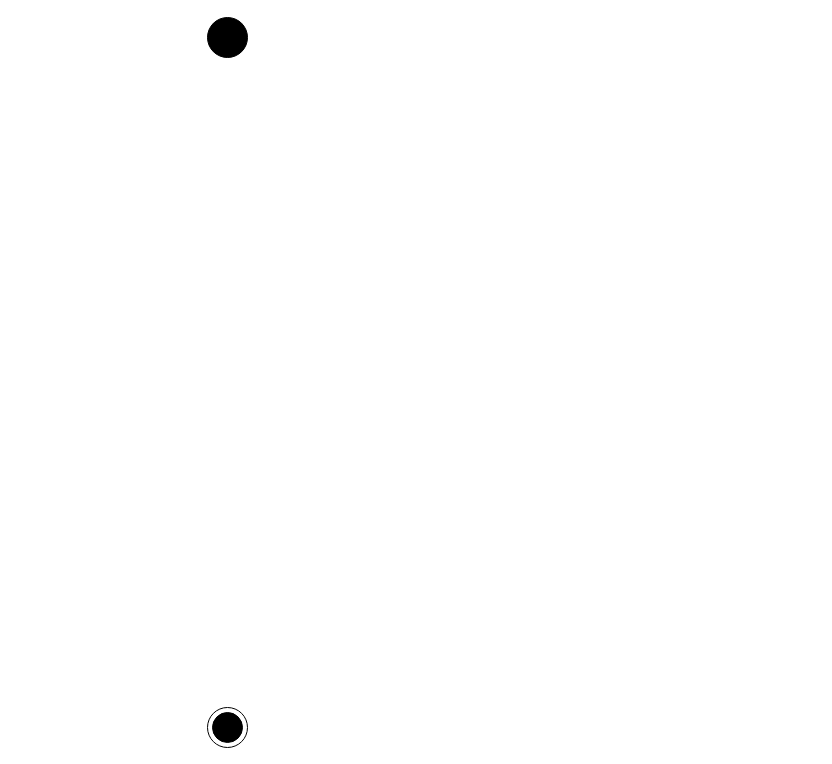
Earlier version of the draw.io diagram Sial.drawio (Luchit0-afk/Diagramas). Source tidied: cells renumbered, new cells numbered last; positions are measured from the earlier drawing's top-left corner, leaving out a move shared by most shapes. Both pictures are drawn from the tidied source at 100%, with x=0, y=0 at pixel (207, 17).
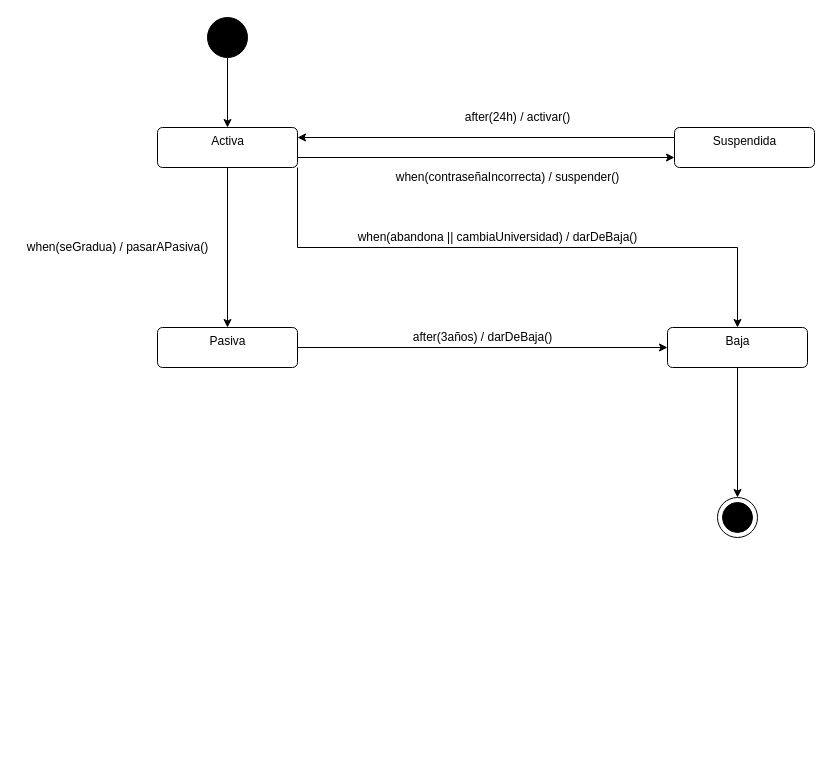
Above is the later version.

Diff of the diagram source:
```diff
@@
 <mxGraphModel>
   <root>
     <mxCell id="0" />
     <mxCell id="1" parent="0" />
+    <mxCell id="4" style="edgeStyle=orthogonalEdgeStyle;rounded=0;jettySize=auto;html=1;exitX=0.5;exitY=1;exitDx=0;exitDy=0;entryX=0.5;entryY=0;entryDx=0;entryDy=0;" parent="1" edge="1" source="2" target="8">
+      <mxGeometry relative="1" as="geometry" />
+    </mxCell>
     <mxCell id="2" style="shape=ellipse;html=1;fillColor=#000000;fontSize=18;fontColor=#ffffff;" parent="1" vertex="1">
       <mxGeometry width="40" height="40" as="geometry" />
     </mxCell>
     <mxCell id="3" style="shape=mxgraph.sysml.actFinal;html=1;verticalLabelPosition=bottom;labelBackgroundColor=#ffffff;verticalAlign=top;" parent="1" vertex="1">
-      <mxGeometry y="690" width="40" height="40" as="geometry" />
+      <mxGeometry x="510" y="480" width="40" height="40" as="geometry" />
     </mxCell>
+    <mxCell id="5" style="edgeStyle=orthogonalEdgeStyle;rounded=0;jettySize=auto;html=1;exitX=1;exitY=0.75;exitDx=0;exitDy=0;entryX=0;entryY=0.75;entryDx=0;entryDy=0;" parent="1" edge="1" source="8" target="10">
+      <mxGeometry relative="1" as="geometry" />
+    </mxCell>
+    <mxCell id="6" style="edgeStyle=orthogonalEdgeStyle;rounded=0;jettySize=auto;html=1;exitX=0.5;exitY=1;exitDx=0;exitDy=0;entryX=0.5;entryY=0;entryDx=0;entryDy=0;" parent="1" edge="1" source="8" target="14">
+      <mxGeometry relative="1" as="geometry" />
+    </mxCell>
+    <mxCell id="7" style="edgeStyle=orthogonalEdgeStyle;rounded=0;jettySize=auto;html=1;exitX=1;exitY=1;exitDx=0;exitDy=0;entryX=0.5;entryY=0;entryDx=0;entryDy=0;" parent="1" edge="1" source="8" target="17">
+      <mxGeometry relative="1" as="geometry" />
+    </mxCell>
+    <mxCell id="8" value="Activa" style="html=1;align=center;verticalAlign=top;rounded=1;absoluteArcSize=1;arcSize=10;dashed=0;" parent="1" vertex="1">
+      <mxGeometry x="-50" y="110" width="140" height="40" as="geometry" />
+    </mxCell>
+    <mxCell id="9" style="edgeStyle=orthogonalEdgeStyle;rounded=0;jettySize=auto;html=1;exitX=0;exitY=0.25;exitDx=0;exitDy=0;entryX=1;entryY=0.25;entryDx=0;entryDy=0;" parent="1" edge="1" source="10" target="8">
+      <mxGeometry relative="1" as="geometry" />
+    </mxCell>
+    <mxCell id="10" value="Suspendida" style="html=1;align=center;verticalAlign=top;rounded=1;absoluteArcSize=1;arcSize=10;dashed=0;" parent="1" vertex="1">
+      <mxGeometry x="467" y="110" width="140" height="40" as="geometry" />
+    </mxCell>
+    <mxCell id="11" value="when(contraseñaIncorrecta) / suspender()" style="text;html=1;align=center;verticalAlign=middle;strokeColor=none;" parent="1" vertex="1">
+      <mxGeometry x="180" y="150" width="240" height="20" as="geometry" />
+    </mxCell>
+    <mxCell id="12" value="after(24h) / activar()" style="text;html=1;align=center;verticalAlign=middle;strokeColor=none;" parent="1" vertex="1">
+      <mxGeometry x="250" y="90" width="120" height="20" as="geometry" />
+    </mxCell>
+    <mxCell id="13" style="edgeStyle=orthogonalEdgeStyle;rounded=0;jettySize=auto;html=1;exitX=1;exitY=0.5;exitDx=0;exitDy=0;entryX=0;entryY=0.5;entryDx=0;entryDy=0;" parent="1" edge="1" source="14" target="17">
+      <mxGeometry relative="1" as="geometry" />
+    </mxCell>
+    <mxCell id="14" value="Pasiva" style="html=1;align=center;verticalAlign=top;rounded=1;absoluteArcSize=1;arcSize=10;dashed=0;" parent="1" vertex="1">
+      <mxGeometry x="-50" y="310" width="140" height="40" as="geometry" />
+    </mxCell>
+    <mxCell id="15" value="when(seGradua) / pasarAPasiva()" style="text;html=1;align=center;verticalAlign=middle;strokeColor=none;" parent="1" vertex="1">
+      <mxGeometry x="-190" y="220" width="200" height="20" as="geometry" />
+    </mxCell>
+    <mxCell id="16" style="edgeStyle=orthogonalEdgeStyle;rounded=0;jettySize=auto;html=1;exitX=0.5;exitY=1;exitDx=0;exitDy=0;" parent="1" edge="1" source="17" target="3">
+      <mxGeometry relative="1" as="geometry" />
+    </mxCell>
+    <mxCell id="17" value="Baja" style="html=1;align=center;verticalAlign=top;rounded=1;absoluteArcSize=1;arcSize=10;dashed=0;" parent="1" vertex="1">
+      <mxGeometry x="460" y="310" width="140" height="40" as="geometry" />
+    </mxCell>
+    <mxCell id="18" value="when(abandona || cambiaUniversidad) / darDeBaja()" style="text;html=1;align=center;verticalAlign=middle;strokeColor=none;" parent="1" vertex="1">
+      <mxGeometry x="140" y="210" width="300" height="20" as="geometry" />
+    </mxCell>
+    <mxCell id="19" value="after(3años) / darDeBaja()" style="text;html=1;align=center;verticalAlign=middle;strokeColor=none;" parent="1" vertex="1">
+      <mxGeometry x="200" y="310" width="150" height="20" as="geometry" />
+    </mxCell>
   </root>
 </mxGraphModel>
```
